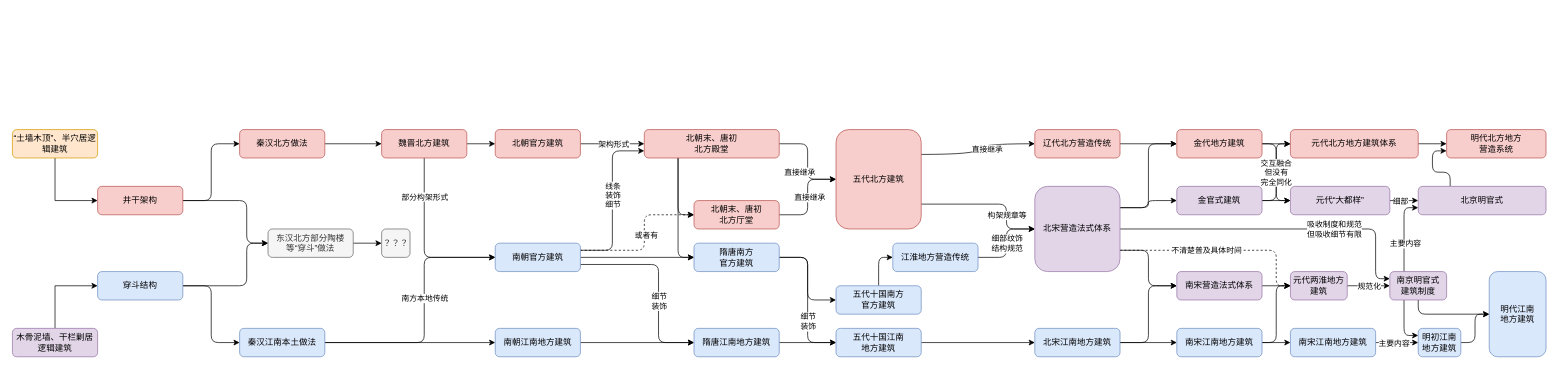
Earlier version of the draw.io diagram 建筑体系演化.drawio (JackyBlackson/System-Class-Charts). Source tidied: cells renumbered, new cells numbered last; positions are measured from the earlier drawing's top-left corner, leaving out a move shared by most shapes. Both pictures are drawn from the tidied source at 71%, with x=0, y=0 at pixel (12, 129).
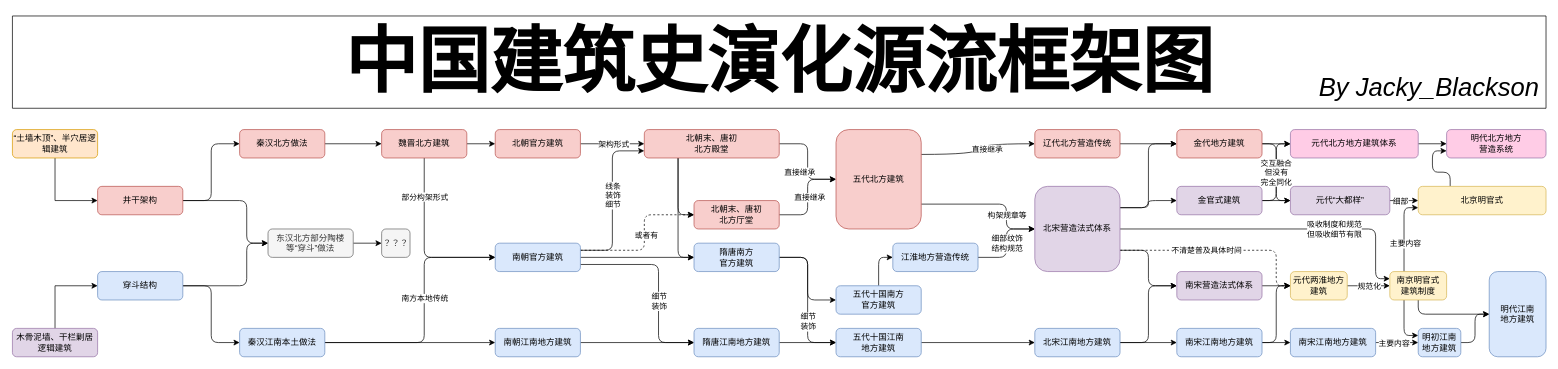
After the change.

Commit message (it also covers changes not shown here):
更新建筑体系演化.drawio

Unchanged cells that the change refers to:
```xml
<mxCell id="64" value="北宋营造法式体系" style="rounded=1;whiteSpace=wrap;html=1;fillColor=#e1d5e7;strokeColor=#9673a6;" parent="1" vertex="1">
  <mxGeometry x="1440" y="80" width="120" height="120" as="geometry" />
</mxCell>
<mxCell id="94" value="金官式建筑" style="rounded=1;whiteSpace=wrap;html=1;fillColor=#e1d5e7;strokeColor=#9673a6;" parent="1" vertex="1">
  <mxGeometry x="1640" y="80" width="120" height="40" as="geometry" />
</mxCell>
```

The edit, as a diff of the source:
```diff
@@
-    <mxCell id="60" style="edgeStyle=orthogonalEdgeStyle;rounded=1;jettySize=auto;html=1;exitX=1;exitY=0.25;exitDx=0;exitDy=0;entryX=0;entryY=0.5;entryDx=0;entryDy=0;" parent="1" edge="1" source="64" target="94">
+    <mxCell id="60" style="edgeStyle=orthogonalEdgeStyle;jettySize=auto;html=1;exitX=1;exitY=0.25;exitDx=0;exitDy=0;entryX=0;entryY=0.5;entryDx=0;entryDy=0;rounded=1;" parent="1" edge="1" source="64" target="94">
       <mxGeometry relative="1" as="geometry" />
     </mxCell>
@@
-    <mxCell id="86" value="元代两淮地方建筑" style="rounded=1;whiteSpace=wrap;html=1;fillColor=#e1d5e7;strokeColor=#9673a6;" parent="1" vertex="1">
+    <mxCell id="86" value="元代两淮地方建筑" style="rounded=1;whiteSpace=wrap;html=1;fillColor=#fff2cc;strokeColor=#d6b656;" parent="1" vertex="1">
       <mxGeometry x="1800" y="200" width="80" height="40" as="geometry" />
     </mxCell>
@@
-    <mxCell id="91" value="南京明官式&lt;br&gt;建筑制度" style="rounded=1;whiteSpace=wrap;html=1;fillColor=#e1d5e7;strokeColor=#9673a6;" parent="1" vertex="1">
+    <mxCell id="91" value="南京明官式&lt;br&gt;建筑制度" style="rounded=1;whiteSpace=wrap;html=1;fillColor=#fff2cc;strokeColor=#d6b656;" parent="1" vertex="1">
       <mxGeometry x="1940" y="200" width="80" height="40" as="geometry" />
     </mxCell>
@@
-    <mxCell id="100" value="元代北方地方建筑体系" style="rounded=1;whiteSpace=wrap;html=1;fillColor=#f8cecc;strokeColor=#b85450;" parent="1" vertex="1">
+    <mxCell id="100" value="元代北方地方建筑体系" style="rounded=1;whiteSpace=wrap;html=1;fillColor=#FFCCE6;strokeColor=#9673a6;" parent="1" vertex="1">
       <mxGeometry x="1800" width="180" height="40" as="geometry" />
     </mxCell>
@@
-    <mxCell id="105" value="北京明官式" style="rounded=1;whiteSpace=wrap;html=1;fillColor=#e1d5e7;strokeColor=#9673a6;" parent="1" vertex="1">
+    <mxCell id="105" value="北京明官式" style="rounded=1;whiteSpace=wrap;html=1;fillColor=#fff2cc;strokeColor=#d6b656;" parent="1" vertex="1">
       <mxGeometry x="1980" y="80" width="180" height="40" as="geometry" />
     </mxCell>
-    <mxCell id="106" value="明代北方地方&lt;br&gt;营造系统" style="rounded=1;whiteSpace=wrap;html=1;fillColor=#f8cecc;strokeColor=#b85450;" parent="1" vertex="1">
+    <mxCell id="106" value="明代北方地方&lt;br&gt;营造系统" style="rounded=1;whiteSpace=wrap;html=1;fillColor=#FFCCE6;strokeColor=#9673a6;" parent="1" vertex="1">
       <mxGeometry x="2020" width="140" height="40" as="geometry" />
     </mxCell>
@@
+    <mxCell id="111" style="swimlane;startSize=0;" parent="1" vertex="1">
+      <mxGeometry y="-160" width="2160" height="130" as="geometry" />
+    </mxCell>
+    <mxCell id="112" value="&lt;b&gt;&lt;font style=&quot;font-size: 102px;&quot;&gt;中国建筑史演化源流框架图&lt;/font&gt;&lt;/b&gt;" style="text;html=1;align=center;verticalAlign=middle;strokeColor=none;fillColor=none;" parent="111" vertex="1">
+      <mxGeometry x="455" y="-5" width="1250" height="140" as="geometry" />
+    </mxCell>
+    <mxCell id="113" value="&lt;font style=&quot;font-size: 36px;&quot;&gt;&lt;i&gt;By Jacky_Blackson&lt;/i&gt;&lt;/font&gt;" style="text;html=1;align=center;verticalAlign=middle;strokeColor=none;fillColor=none;" parent="111" vertex="1">
+      <mxGeometry x="1830" y="70" width="330" height="60" as="geometry" />
+    </mxCell>
```
